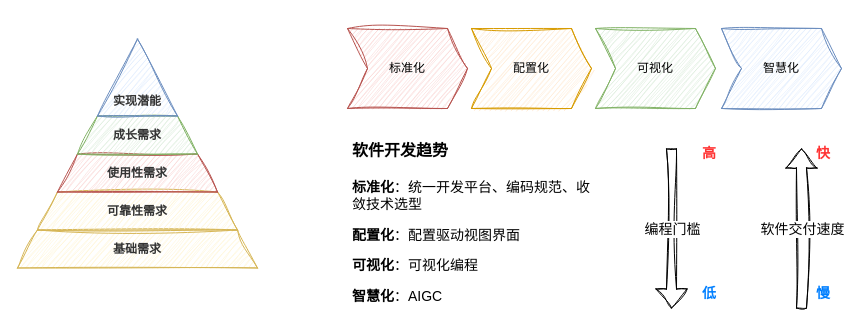
Earlier version of the draw.io diagram 低代码——中南院现状.drawio (tangyaosimida/love). Source tidied: cells renumbered, new cells numbered last; positions are measured from the earlier drawing's top-left corner, leaving out a move shared by most shapes. Both pictures are drawn from the tidied source at 100%, with x=0, y=0 at pixel (17, 28).
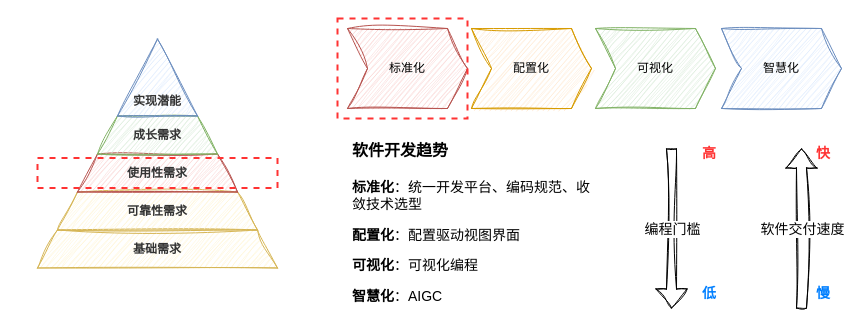
The same diagram, later.

Commit message (it also covers changes not shown here):
更新低代码——中南院现状.drawio

The edit, as a diff of the source:
```diff
@@
     <mxCell id="15" value="基础需求" style="shape=trapezoid;perimeter=trapezoidPerimeter;whiteSpace=wrap;html=1;fixedSize=1;fillColor=#fff2cc;strokeColor=#d6b656;fontStyle=1;fontColor=#333333;fontSize=12;sketch=1;curveFitting=1;jiggle=2;" parent="1" vertex="1">
-      <mxGeometry y="201.5" width="240" height="38" as="geometry" />
+      <mxGeometry x="20" y="201.5" width="240" height="38" as="geometry" />
     </mxCell>
     <mxCell id="16" value="可靠性需求" style="shape=trapezoid;perimeter=trapezoidPerimeter;whiteSpace=wrap;html=1;fixedSize=1;fillColor=#fff2cc;strokeColor=#d6b656;fontStyle=1;fontColor=#333333;fontSize=12;sketch=1;curveFitting=1;jiggle=2;" parent="1" vertex="1">
-      <mxGeometry x="20" y="163.5" width="200" height="38" as="geometry" />
+      <mxGeometry x="40" y="163.5" width="200" height="38" as="geometry" />
     </mxCell>
     <mxCell id="17" value="使用性需求" style="shape=trapezoid;perimeter=trapezoidPerimeter;whiteSpace=wrap;html=1;fixedSize=1;fillColor=#f8cecc;strokeColor=#b85450;fontStyle=1;fontColor=#333333;fontSize=12;sketch=1;curveFitting=1;jiggle=2;" parent="1" vertex="1">
-      <mxGeometry x="40" y="125.5" width="160" height="38" as="geometry" />
+      <mxGeometry x="60" y="125.5" width="160" height="38" as="geometry" />
     </mxCell>
     <mxCell id="18" value="成长需求" style="shape=trapezoid;perimeter=trapezoidPerimeter;whiteSpace=wrap;html=1;fixedSize=1;fillColor=#d5e8d4;strokeColor=#82b366;fontStyle=1;fontColor=#333333;fontSize=12;sketch=1;curveFitting=1;jiggle=2;" parent="1" vertex="1">
-      <mxGeometry x="60" y="87.5" width="120" height="38" as="geometry" />
+      <mxGeometry x="80" y="87.5" width="120" height="38" as="geometry" />
     </mxCell>
     <mxCell id="19" style="verticalLabelPosition=bottom;verticalAlign=top;html=1;shape=mxgraph.basic.acute_triangle;dx=0.5;fillColor=#dae8fc;strokeColor=#6c8ebf;fontColor=#333333;sketch=1;curveFitting=1;jiggle=2;" parent="1" vertex="1">
-      <mxGeometry x="80" y="10.5" width="80" height="77" as="geometry" />
+      <mxGeometry x="100" y="10.5" width="80" height="77" as="geometry" />
     </mxCell>
     <mxCell id="20" value="实现潜能" style="text;html=1;align=center;verticalAlign=middle;whiteSpace=wrap;rounded=0;fontStyle=1;fontColor=#333333;fontSize=12;sketch=1;curveFitting=1;jiggle=2;" parent="1" vertex="1">
-      <mxGeometry x="95" y="57.5" width="50" height="30" as="geometry" />
+      <mxGeometry x="115" y="57.5" width="50" height="30" as="geometry" />
     </mxCell>
+    <mxCell id="21" style="rounded=0;whiteSpace=wrap;html=1;fillColor=none;strokeColor=#FF3333;strokeWidth=2;dashed=1;" parent="1" vertex="1">
+      <mxGeometry x="20" y="129.5" width="240" height="30" as="geometry" />
+    </mxCell>
+    <mxCell id="22" style="rounded=0;whiteSpace=wrap;html=1;fillColor=none;strokeColor=#FF3333;strokeWidth=2;dashed=1;" parent="1" vertex="1">
+      <mxGeometry x="320" y="-10" width="130" height="100" as="geometry" />
+    </mxCell>
```
